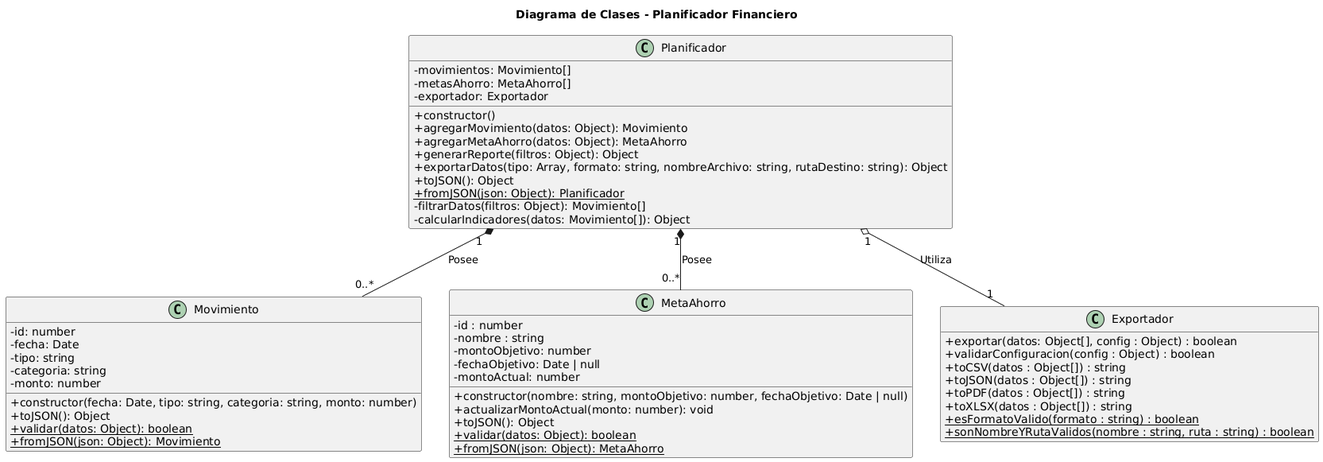
Earlier version of the PlantUML export docs/04-diagramas/02-diagrama-de-clases/diagrama-clases.png (fioremos/simulador-planificacion-financiera).
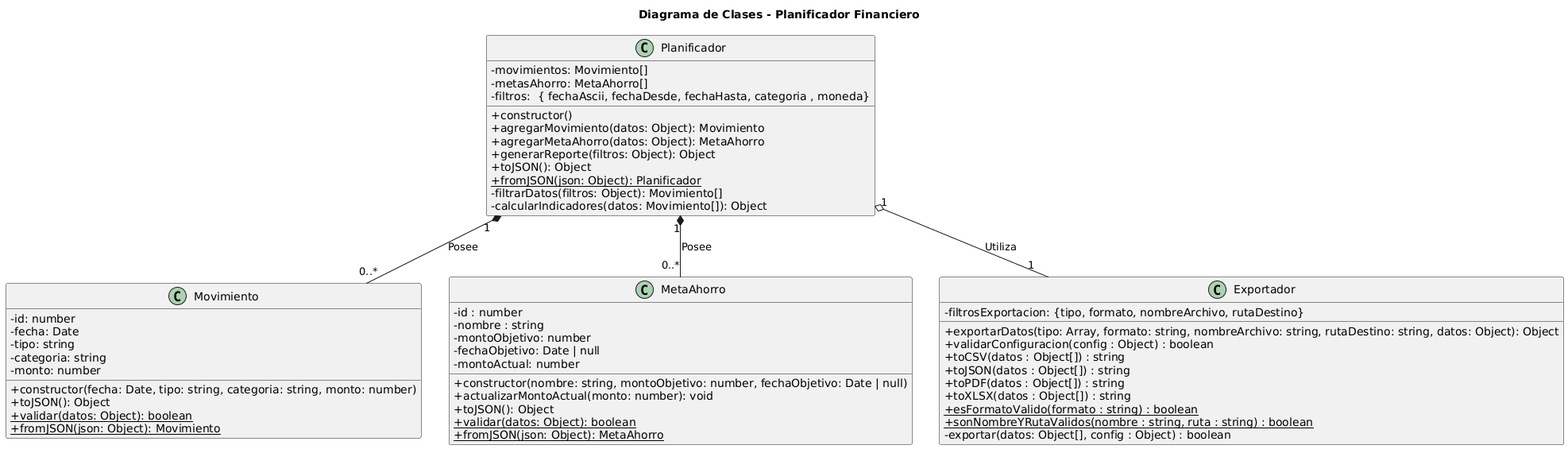
The same file after the commit.

The edit, as a diff of the source:
```diff
@@ -28,7 +28,8 @@
     + {static} fromJSON(json: Object): MetaAhorro
 }
 class Exportador {
-    + exportar(datos: Object[], config : Object) : boolean
+    - filtrosExportacion: {tipo, formato, nombreArchivo, rutaDestino}
+    + exportarDatos(tipo: Array, formato: string, nombreArchivo: string, rutaDestino: string, datos: Object): Object
     + validarConfiguracion(config : Object) : boolean
     + toCSV(datos : Object[]) : string
     + toJSON(datos : Object[]) : string
@@ -36,17 +37,17 @@
     + toXLSX(datos : Object[]) : string
     + {static} esFormatoValido(formato : string) : boolean
     + {static} sonNombreYRutaValidos(nombre : string, ruta : string) : boolean
+    - exportar(datos: Object[], config : Object) : boolean
 }
 
 class Planificador{
     - movimientos: Movimiento[]
     - metasAhorro: MetaAhorro[]
-    - exportador: Exportador
+    - filtros:  { fechaAscii, fechaDesde, fechaHasta, categoria , moneda}
     + constructor()
     + agregarMovimiento(datos: Object): Movimiento
     + agregarMetaAhorro(datos: Object): MetaAhorro
     + generarReporte(filtros: Object): Object
-    + exportarDatos(tipo: Array, formato: string, nombreArchivo: string, rutaDestino: string): Object
     + toJSON(): Object
     + {static} fromJSON(json: Object): Planificador
     - filtrarDatos(filtros: Object): Movimiento[]
```
